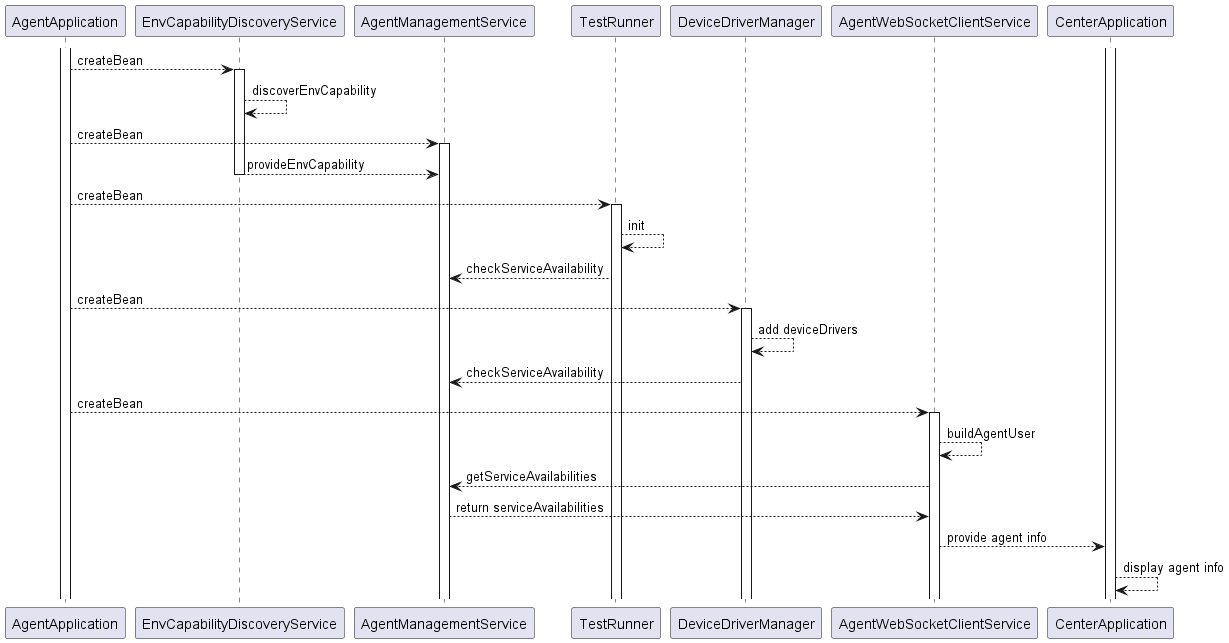
Before: docs/images/UML/agent_capability_design_sequence.png, a diagram exported from PlantUML (microsoft/HydraLab). Its diagram source:
```plantuml
@startuml agent_capability_design_sequence
participant AgentApplication
participant EnvCapabilityDiscoveryService
participant AgentManagementService
participant TestRunner
participant DeviceDriverManager
participant AgentWebSocketClientService
participant CenterApplication

activate AgentApplication
activate CenterApplication
AgentApplication --> EnvCapabilityDiscoveryService : createBean
activate EnvCapabilityDiscoveryService
EnvCapabilityDiscoveryService --> EnvCapabilityDiscoveryService : discoverEnvCapability
AgentApplication --> AgentManagementService : createBean
activate AgentManagementService
EnvCapabilityDiscoveryService --> AgentManagementService : provideEnvCapability
deactivate EnvCapabilityDiscoveryService
AgentApplication --> TestRunner : createBean
activate TestRunner
TestRunner --> TestRunner : init
TestRunner --> AgentManagementService : checkServiceAvailability
AgentApplication --> DeviceDriverManager : createBean
activate DeviceDriverManager
DeviceDriverManager --> DeviceDriverManager : add deviceDrivers
DeviceDriverManager --> AgentManagementService : checkServiceAvailability
AgentApplication --> AgentWebSocketClientService : createBean
activate AgentWebSocketClientService
AgentWebSocketClientService --> AgentWebSocketClientService : buildAgentUser
AgentWebSocketClientService --> AgentManagementService : getServiceAvailabilities
AgentManagementService --> AgentWebSocketClientService : return serviceAvailabilities
AgentWebSocketClientService --> CenterApplication : provide agent info
CenterApplication --> CenterApplication : display agent info

@enduml
```
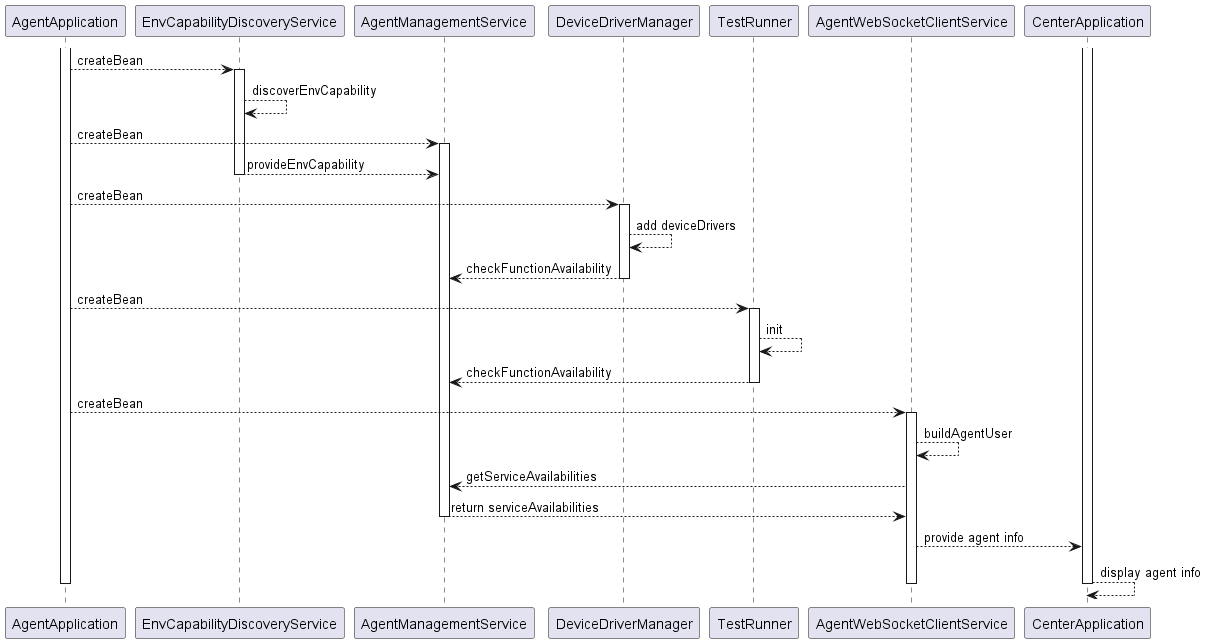
Above is the later version.

The edit, as a diff of the source:
```diff
@@ -2,8 +2,8 @@
 participant AgentApplication
 participant EnvCapabilityDiscoveryService
 participant AgentManagementService
+participant DeviceDriverManager
 participant TestRunner
-participant DeviceDriverManager
 participant AgentWebSocketClientService
 participant CenterApplication
 
@@ -16,20 +16,25 @@
 activate AgentManagementService
 EnvCapabilityDiscoveryService --> AgentManagementService : provideEnvCapability
 deactivate EnvCapabilityDiscoveryService
+AgentApplication --> DeviceDriverManager : createBean
+activate DeviceDriverManager
+DeviceDriverManager --> DeviceDriverManager : add deviceDrivers
+DeviceDriverManager --> AgentManagementService : checkFunctionAvailability
+deactivate DeviceDriverManager
 AgentApplication --> TestRunner : createBean
 activate TestRunner
 TestRunner --> TestRunner : init
-TestRunner --> AgentManagementService : checkServiceAvailability
-AgentApplication --> DeviceDriverManager : createBean
-activate DeviceDriverManager
-DeviceDriverManager --> DeviceDriverManager : add deviceDrivers
-DeviceDriverManager --> AgentManagementService : checkServiceAvailability
+TestRunner --> AgentManagementService : checkFunctionAvailability
+deactivate TestRunner
 AgentApplication --> AgentWebSocketClientService : createBean
 activate AgentWebSocketClientService
 AgentWebSocketClientService --> AgentWebSocketClientService : buildAgentUser
 AgentWebSocketClientService --> AgentManagementService : getServiceAvailabilities
 AgentManagementService --> AgentWebSocketClientService : return serviceAvailabilities
+deactivate AgentManagementService
 AgentWebSocketClientService --> CenterApplication : provide agent info
 CenterApplication --> CenterApplication : display agent info
-
+deactivate CenterApplication
+deactivate AgentWebSocketClientService
+deactivate AgentApplication
 @enduml
```
